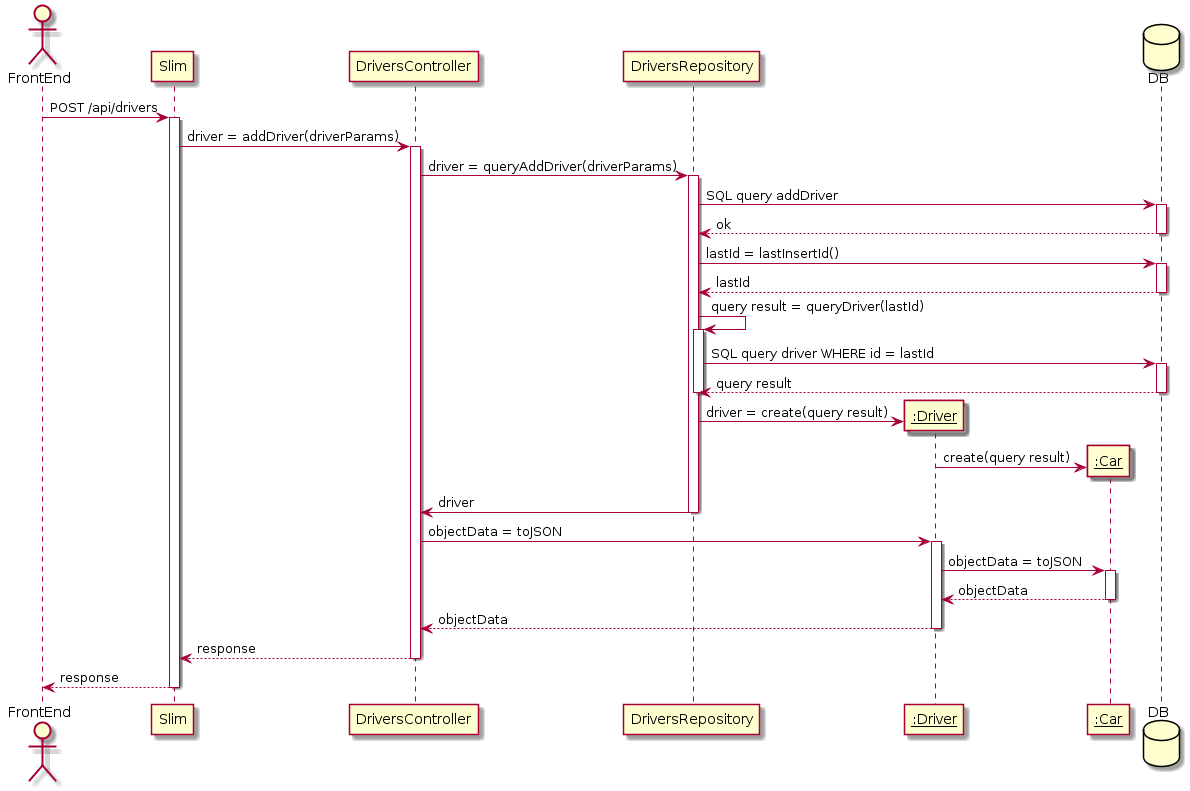
malvinkooo/taxiSystem keeps this PlantUML diagram as docs/BackEnd/SequenceDiagram/AddDriver.png. Above is the earlier version.
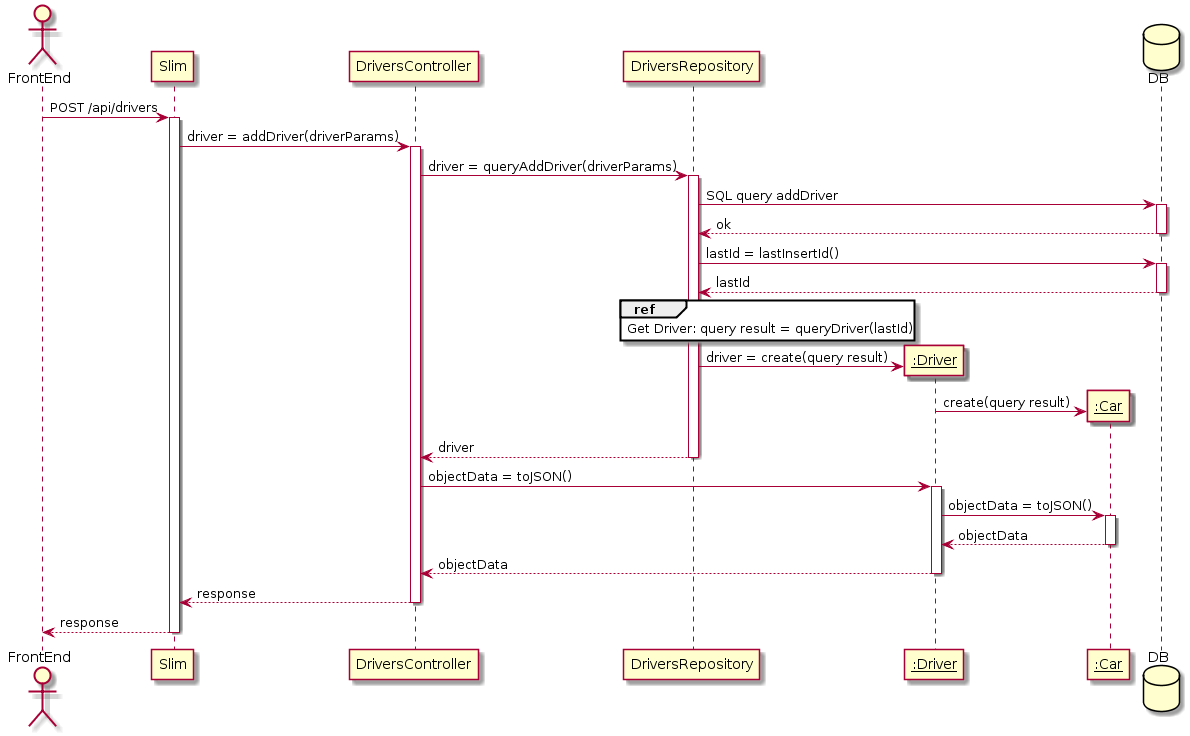
Later version of the same file.

What changed in the source:
```diff
@@ -22,23 +22,19 @@
 DB --> DriversRepository : lastId
 deactivate DB
 
-DriversRepository -> DriversRepository : query result = queryDriver(lastId)
-activate DriversRepository
-DriversRepository -> DB : SQL query driver WHERE id = lastId
-activate DB
-DB --> DriversRepository : query result
-deactivate DB
-deactivate DriversRepository
+ref over DriversRepository
+Get Driver: query result = queryDriver(lastId)
+end ref
 
 create Driver
 DriversRepository -> Driver : driver = create(query result)
 create Car
 Driver -> Car : create(query result)
-DriversRepository -> DriversController : driver
+DriversRepository --> DriversController : driver
 deactivate DriversRepository
-DriversController -> Driver : objectData = toJSON
+DriversController -> Driver : objectData = toJSON()
 activate Driver
-Driver -> Car : objectData = toJSON
+Driver -> Car : objectData = toJSON()
 activate Car
 Car --> Driver : objectData
 deactivate Car
```
